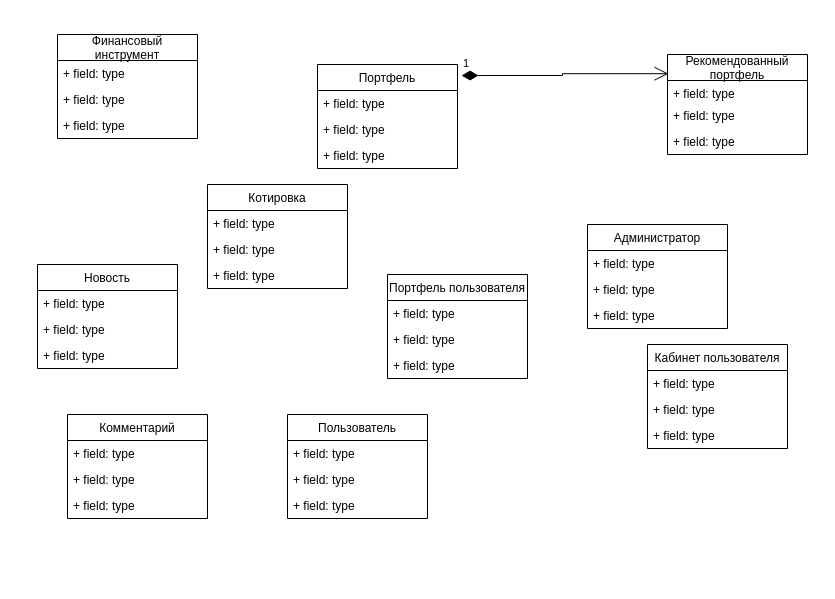
This is Диаграмма без названия.drawio from epsil0n66/ProjectMethodsSlanina, a draw.io file, before an edit. Source tidied: cells renumbered, new cells numbered last; positions are measured from the earlier drawing's top-left corner, leaving out a move shared by most shapes. Both pictures are drawn from the tidied source at 100%, with x=0, y=0 at pixel (37, 34).
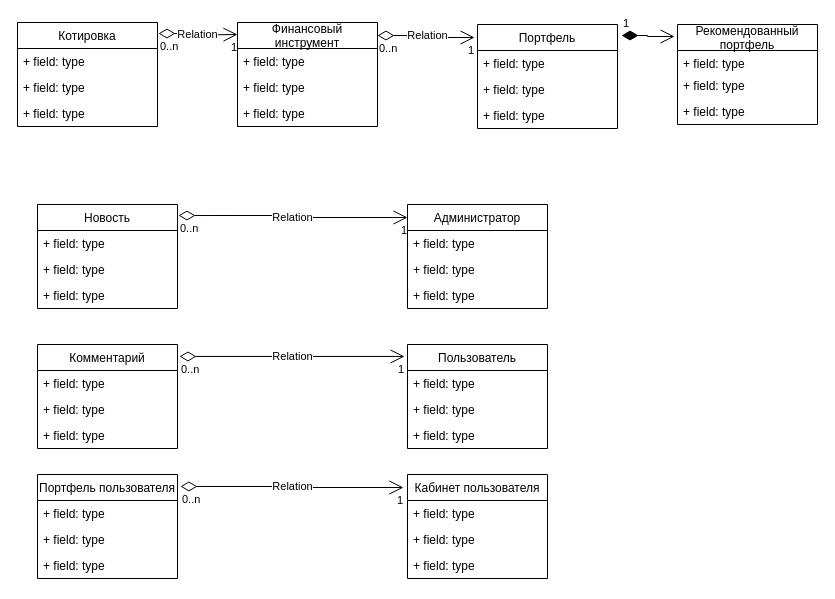
Above is the later version.

Commit message (it also covers changes not shown here):
Модель предметной области.drawio

Diff of the diagram source:
```diff
@@
     <mxCell id="2" value="Котировка" style="swimlane;fontStyle=0;horizontal=1;startSize=26;fillColor=none;" parent="1" vertex="1">
-      <mxGeometry x="170" y="150" width="140" height="104" as="geometry" />
+      <mxGeometry x="-20" y="-12" width="140" height="104" as="geometry" />
     </mxCell>
@@
-    <mxCell id="6" value="Администратор" style="swimlane;fontStyle=0;horizontal=1;startSize=26;fillColor=none;" parent="1" vertex="1">
-      <mxGeometry x="550" y="190" width="140" height="104" as="geometry" />
-    </mxCell>
-    <mxCell id="7" value="+ field: type" style="text;strokeColor=none;fillColor=none;align=left;verticalAlign=top;spacingLeft=4;spacingRight=4;overflow=hidden;" parent="6" vertex="1">
-      <mxGeometry y="26" width="140" height="26" as="geometry" />
-    </mxCell>
-    <mxCell id="8" value="+ field: type" style="text;strokeColor=none;fillColor=none;align=left;verticalAlign=top;spacingLeft=4;spacingRight=4;overflow=hidden;" parent="6" vertex="1">
-      <mxGeometry y="52" width="140" height="26" as="geometry" />
-    </mxCell>
-    <mxCell id="9" value="+ field: type" style="text;strokeColor=none;fillColor=none;align=left;verticalAlign=top;spacingLeft=4;spacingRight=4;overflow=hidden;" parent="6" vertex="1">
-      <mxGeometry y="78" width="140" height="26" as="geometry" />
-    </mxCell>
     <mxCell id="10" value="Пользователь" style="swimlane;fontStyle=0;horizontal=1;startSize=26;fillColor=none;" parent="1" vertex="1">
-      <mxGeometry x="250" y="380" width="140" height="104" as="geometry" />
+      <mxGeometry x="370" y="310" width="140" height="104" as="geometry" />
     </mxCell>
@@
     <mxCell id="14" value="Портфель" style="swimlane;fontStyle=0;horizontal=1;startSize=26;fillColor=none;" parent="1" vertex="1">
-      <mxGeometry x="280" y="30" width="140" height="104" as="geometry" />
+      <mxGeometry x="440" y="-10" width="140" height="104" as="geometry" />
     </mxCell>
@@
     <mxCell id="18" value="Рекомендованный&#10;портфель" style="swimlane;fontStyle=0;horizontal=1;startSize=26;fillColor=none;" parent="1" vertex="1">
-      <mxGeometry x="630" y="20" width="140" height="100" as="geometry" />
+      <mxGeometry x="640" y="-10" width="140" height="100" as="geometry" />
     </mxCell>
@@
     <mxCell id="22" value="Портфель пользователя" style="swimlane;fontStyle=0;horizontal=1;startSize=26;fillColor=none;" parent="1" vertex="1">
-      <mxGeometry x="350" y="240" width="140" height="104" as="geometry" />
+      <mxGeometry y="440" width="140" height="104" as="geometry" />
     </mxCell>
@@
     <mxCell id="26" value="Финансовый&#10;инструмент" style="swimlane;fontStyle=0;horizontal=1;startSize=26;fillColor=none;" parent="1" vertex="1">
-      <mxGeometry x="20" width="140" height="104" as="geometry" />
+      <mxGeometry x="200" y="-12" width="140" height="104" as="geometry" />
     </mxCell>
@@
     <mxCell id="30" value="Новость" style="swimlane;fontStyle=0;horizontal=1;startSize=26;fillColor=none;" parent="1" vertex="1">
-      <mxGeometry y="230" width="140" height="104" as="geometry" />
+      <mxGeometry y="170" width="140" height="104" as="geometry" />
     </mxCell>
@@
     <mxCell id="34" value="Комментарий" style="swimlane;fontStyle=0;horizontal=1;startSize=26;fillColor=none;" parent="1" vertex="1">
-      <mxGeometry x="30" y="380" width="140" height="104" as="geometry" />
+      <mxGeometry y="310" width="140" height="104" as="geometry" />
     </mxCell>
@@
     <mxCell id="38" value="Кабинет пользователя" style="swimlane;fontStyle=0;horizontal=1;startSize=26;fillColor=none;" parent="1" vertex="1">
-      <mxGeometry x="610" y="310" width="140" height="104" as="geometry" />
+      <mxGeometry x="370" y="440" width="140" height="104" as="geometry" />
     </mxCell>
@@
-    <mxCell id="42" value="1" style="endArrow=open;html=1;endSize=12;startArrow=diamondThin;startSize=14;startFill=1;edgeStyle=orthogonalEdgeStyle;align=left;verticalAlign=bottom;rounded=0;exitX=1.029;exitY=0.106;exitDx=0;exitDy=0;exitPerimeter=0;entryX=0.007;entryY=0.192;entryDx=0;entryDy=0;entryPerimeter=0;" parent="1" edge="1" source="14" target="18">
+    <mxCell id="42" value="1" style="endArrow=open;html=1;endSize=12;startArrow=diamondThin;startSize=14;startFill=1;edgeStyle=orthogonalEdgeStyle;align=left;verticalAlign=bottom;rounded=0;exitX=1.029;exitY=0.106;exitDx=0;exitDy=0;exitPerimeter=0;entryX=-0.021;entryY=0.12;entryDx=0;entryDy=0;entryPerimeter=0;" parent="1" edge="1" source="14" target="18">
       <mxGeometry x="-1" y="3" relative="1" as="geometry" />
     </mxCell>
+    <mxCell id="43" value="Relation" style="endArrow=open;html=1;endSize=12;startArrow=diamondThin;startSize=14;startFill=0;edgeStyle=orthogonalEdgeStyle;rounded=0;exitX=1.014;exitY=0.115;exitDx=0;exitDy=0;exitPerimeter=0;entryX=-0.021;entryY=0.115;entryDx=0;entryDy=0;entryPerimeter=0;" parent="1" edge="1" source="34" target="10">
+      <mxGeometry relative="1" as="geometry" />
+    </mxCell>
+    <mxCell id="44" value="0..n" style="edgeLabel;html=1;align=left;verticalAlign=top;" parent="43" vertex="1">
+      <mxGeometry x="-1" relative="1" as="geometry" />
+    </mxCell>
+    <mxCell id="45" value="1" style="edgeLabel;html=1;align=right;verticalAlign=top;" parent="43" vertex="1">
+      <mxGeometry x="1" relative="1" as="geometry" />
+    </mxCell>
+    <mxCell id="46" value="Relation" style="endArrow=open;html=1;endSize=12;startArrow=diamondThin;startSize=14;startFill=0;edgeStyle=orthogonalEdgeStyle;rounded=0;exitX=1.007;exitY=0.106;exitDx=0;exitDy=0;exitPerimeter=0;entryX=0;entryY=0.125;entryDx=0;entryDy=0;entryPerimeter=0;" parent="1" edge="1" source="30" target="6">
+      <mxGeometry relative="1" as="geometry" />
+    </mxCell>
+    <mxCell id="47" value="0..n" style="edgeLabel;html=1;align=left;verticalAlign=top;" parent="46" vertex="1">
+      <mxGeometry x="-1" relative="1" as="geometry" />
+    </mxCell>
+    <mxCell id="48" value="1" style="edgeLabel;html=1;align=right;verticalAlign=top;" parent="46" vertex="1">
+      <mxGeometry x="1" relative="1" as="geometry" />
+    </mxCell>
+    <mxCell id="6" value="Администратор" style="swimlane;fontStyle=0;horizontal=1;startSize=26;fillColor=none;" parent="1" vertex="1">
+      <mxGeometry x="370" y="170" width="140" height="104" as="geometry" />
+    </mxCell>
+    <mxCell id="7" value="+ field: type" style="text;strokeColor=none;fillColor=none;align=left;verticalAlign=top;spacingLeft=4;spacingRight=4;overflow=hidden;" parent="6" vertex="1">
+      <mxGeometry y="26" width="140" height="26" as="geometry" />
+    </mxCell>
+    <mxCell id="8" value="+ field: type" style="text;strokeColor=none;fillColor=none;align=left;verticalAlign=top;spacingLeft=4;spacingRight=4;overflow=hidden;" parent="6" vertex="1">
+      <mxGeometry y="52" width="140" height="26" as="geometry" />
+    </mxCell>
+    <mxCell id="9" value="+ field: type" style="text;strokeColor=none;fillColor=none;align=left;verticalAlign=top;spacingLeft=4;spacingRight=4;overflow=hidden;" parent="6" vertex="1">
+      <mxGeometry y="78" width="140" height="26" as="geometry" />
+    </mxCell>
+    <mxCell id="49" value="Relation" style="endArrow=open;html=1;endSize=12;startArrow=diamondThin;startSize=14;startFill=0;edgeStyle=orthogonalEdgeStyle;rounded=0;exitX=1;exitY=0.125;exitDx=0;exitDy=0;exitPerimeter=0;entryX=-0.021;entryY=0.125;entryDx=0;entryDy=0;entryPerimeter=0;" parent="1" edge="1" source="26" target="14">
+      <mxGeometry relative="1" as="geometry" />
+    </mxCell>
+    <mxCell id="50" value="0..n" style="edgeLabel;html=1;align=left;verticalAlign=top;" parent="49" vertex="1">
+      <mxGeometry x="-1" relative="1" as="geometry" />
+    </mxCell>
+    <mxCell id="51" value="1" style="edgeLabel;html=1;align=right;verticalAlign=top;" parent="49" vertex="1">
+      <mxGeometry x="1" relative="1" as="geometry" />
+    </mxCell>
+    <mxCell id="52" value="Relation" style="endArrow=open;html=1;endSize=12;startArrow=diamondThin;startSize=14;startFill=0;edgeStyle=orthogonalEdgeStyle;rounded=0;exitX=1.021;exitY=0.115;exitDx=0;exitDy=0;exitPerimeter=0;entryX=-0.029;entryY=0.125;entryDx=0;entryDy=0;entryPerimeter=0;" parent="1" edge="1" source="22" target="38">
+      <mxGeometry relative="1" as="geometry" />
+    </mxCell>
+    <mxCell id="53" value="0..n" style="edgeLabel;html=1;align=left;verticalAlign=top;" parent="52" vertex="1">
+      <mxGeometry x="-1" relative="1" as="geometry" />
+    </mxCell>
+    <mxCell id="54" value="1" style="edgeLabel;html=1;align=right;verticalAlign=top;" parent="52" vertex="1">
+      <mxGeometry x="1" relative="1" as="geometry" />
+    </mxCell>
+    <mxCell id="55" value="Relation" style="endArrow=open;html=1;endSize=12;startArrow=diamondThin;startSize=14;startFill=0;edgeStyle=orthogonalEdgeStyle;rounded=0;exitX=1.007;exitY=0.106;exitDx=0;exitDy=0;exitPerimeter=0;" parent="1" edge="1" source="2">
+      <mxGeometry relative="1" as="geometry">
+        <mxPoint x="200" as="targetPoint" />
+      </mxGeometry>
+    </mxCell>
+    <mxCell id="56" value="0..n" style="edgeLabel;html=1;align=left;verticalAlign=top;" parent="55" vertex="1">
+      <mxGeometry x="-1" relative="1" as="geometry" />
+    </mxCell>
+    <mxCell id="57" value="1" style="edgeLabel;html=1;align=right;verticalAlign=top;" parent="55" vertex="1">
+      <mxGeometry x="1" relative="1" as="geometry" />
+    </mxCell>
```
